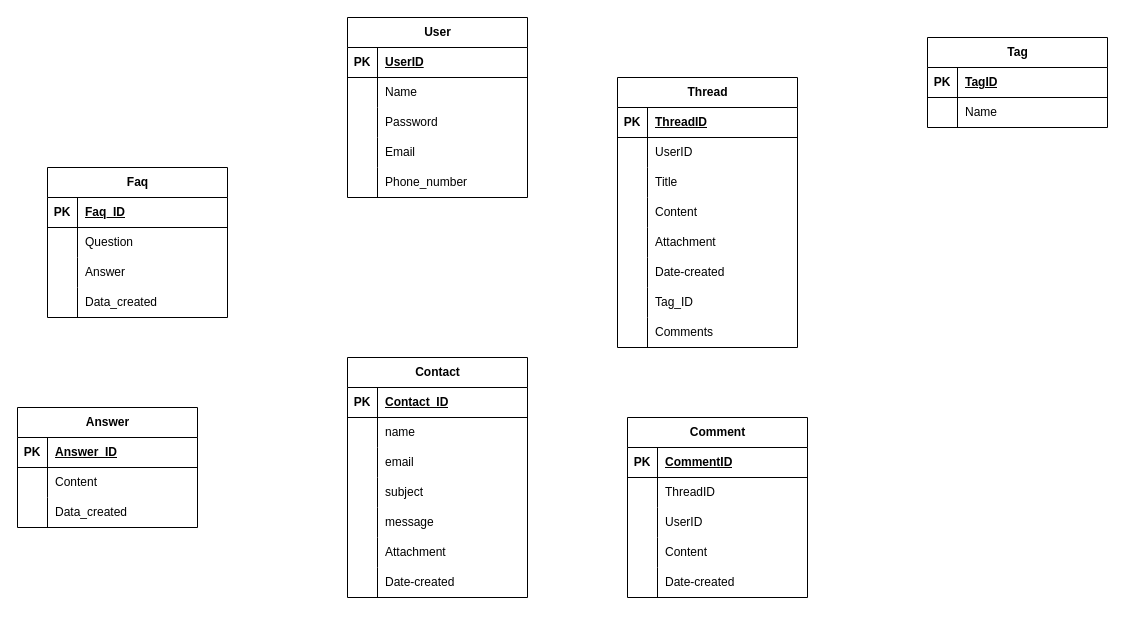
This is Biểu đồ không có tiêu đề3.drawio from minhduc1222/code_learn, a draw.io file, before an edit. Source tidied: cells renumbered, new cells numbered last; positions are measured from the earlier drawing's top-left corner, leaving out a move shared by most shapes. Both pictures are drawn from the tidied source at 100%, with x=0, y=0 at pixel (17, 17).
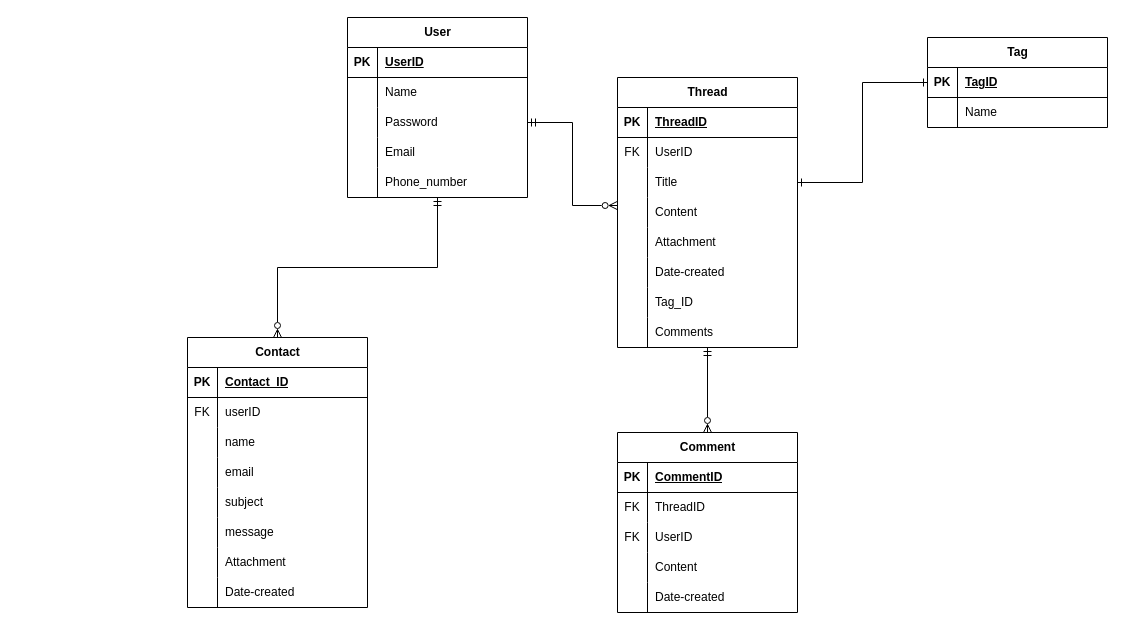
The same diagram, later.

Commit message (it also covers changes not shown here):
Cập nhật Biểu đồ không có tiêu đề3.drawio

The change refers to these unchanged cells:
```xml
<mxCell id="2" value="User" style="shape=table;startSize=30;childLayout=tableLayout;rowLines=0;fontStyle=1;align=center;html=1;" parent="1" vertex="1">
  <mxGeometry x="330" width="180" height="180" as="geometry" />
</mxCell>
<mxCell id="9" style="shape=tableRow;horizontal=0;startSize=0;swimlaneHead=0;swimlaneBody=0;fillColor=none;points=[[0,0.5],[1,0.5]];portConstraint=eastwest;top=0;left=0;right=0;bottom=0;" parent="2" vertex="1">
  <mxGeometry y="90" width="180" height="30" as="geometry" />
</mxCell>
<mxCell id="18" value="Thread" style="shape=table;startSize=30;childLayout=tableLayout;rowLines=0;fontStyle=1;align=center;html=1;" parent="1" vertex="1">
  <mxGeometry x="600" y="60" width="180" height="270" as="geometry" />
</mxCell>
<mxCell id="22" style="shape=tableRow;horizontal=0;startSize=0;swimlaneHead=0;swimlaneBody=0;fillColor=none;top=0;left=0;right=0;bottom=0;" parent="18" vertex="1">
  <mxGeometry y="60" width="180" height="30" as="geometry" />
</mxCell>
<mxCell id="25" style="shape=tableRow;horizontal=0;startSize=0;swimlaneHead=0;swimlaneBody=0;fillColor=none;points=[[0,0.5],[1,0.5]];portConstraint=eastwest;top=0;left=0;right=0;bottom=0;" parent="18" vertex="1">
  <mxGeometry y="90" width="180" height="30" as="geometry" />
</mxCell>
<mxCell id="28" style="shape=tableRow;horizontal=0;startSize=0;swimlaneHead=0;swimlaneBody=0;fillColor=none;points=[[0,0.5],[1,0.5]];portConstraint=eastwest;top=0;left=0;right=0;bottom=0;" parent="18" vertex="1">
  <mxGeometry y="120" width="180" height="30" as="geometry" />
</mxCell>
<mxCell id="44" style="shape=tableRow;horizontal=0;startSize=0;swimlaneHead=0;swimlaneBody=0;fillColor=none;points=[[0,0.5],[1,0.5]];portConstraint=eastwest;top=0;left=0;right=0;bottom=1;" parent="43" vertex="1">
  <mxGeometry y="30" width="180" height="30" as="geometry" />
</mxCell>
<mxCell id="54" style="shape=tableRow;horizontal=0;startSize=0;swimlaneHead=0;swimlaneBody=0;fillColor=none;top=0;left=0;right=0;bottom=0;" parent="50" vertex="1">
  <mxGeometry y="60" width="180" height="30" as="geometry" />
</mxCell>
<mxCell id="57" style="shape=tableRow;horizontal=0;startSize=0;swimlaneHead=0;swimlaneBody=0;fillColor=none;top=0;left=0;right=0;bottom=0;" parent="50" vertex="1">
  <mxGeometry y="90" width="180" height="30" as="geometry" />
</mxCell>
```

Diff of the diagram source:
```diff
@@
+    <mxCell id="111" style="edgeStyle=orthogonalEdgeStyle;rounded=0;jettySize=auto;html=1;entryX=0.5;entryY=0;entryDx=0;entryDy=0;endArrow=ERzeroToMany;endFill=0;startArrow=ERmandOne;startFill=0;" parent="1" edge="1" source="2" target="66">
+      <mxGeometry relative="1" as="geometry" />
+    </mxCell>
@@
-    <mxCell id="23" style="shape=partialRectangle;fillColor=none;top=0;left=0;bottom=0;right=0;overflow=hidden;whiteSpace=wrap;html=1;" parent="22" vertex="1">
+    <mxCell id="23" value="FK" style="shape=partialRectangle;fillColor=none;top=0;left=0;bottom=0;right=0;overflow=hidden;whiteSpace=wrap;html=1;" parent="22" vertex="1">
       <mxGeometry width="30" height="30" as="geometry" />
     </mxCell>
@@
     <mxCell id="50" value="Comment" style="shape=table;startSize=30;childLayout=tableLayout;rowLines=0;fontStyle=1;align=center;html=1;" parent="1" vertex="1">
-      <mxGeometry x="610" y="400" width="180" height="180" as="geometry" />
+      <mxGeometry x="600" y="415" width="180" height="180" as="geometry" />
     </mxCell>
@@
-    <mxCell id="55" style="shape=partialRectangle;fillColor=none;top=0;left=0;bottom=0;right=0;overflow=hidden;whiteSpace=wrap;html=1;" parent="54" vertex="1">
+    <mxCell id="55" value="FK" style="shape=partialRectangle;fillColor=none;top=0;left=0;bottom=0;right=0;overflow=hidden;whiteSpace=wrap;html=1;" parent="54" vertex="1">
       <mxGeometry width="30" height="30" as="geometry" />
     </mxCell>
@@
-    <mxCell id="58" style="shape=partialRectangle;fillColor=none;top=0;left=0;bottom=0;right=0;overflow=hidden;whiteSpace=wrap;html=1;" parent="57" vertex="1">
+    <mxCell id="58" value="FK" style="shape=partialRectangle;fillColor=none;top=0;left=0;bottom=0;right=0;overflow=hidden;whiteSpace=wrap;html=1;" parent="57" vertex="1">
       <mxGeometry width="30" height="30" as="geometry" />
     </mxCell>
@@
     <mxCell id="66" value="Contact" style="shape=table;startSize=30;childLayout=tableLayout;rowLines=0;fontStyle=1;align=center;html=1;" parent="1" vertex="1">
-      <mxGeometry x="330" y="340" width="180" height="240" as="geometry" />
+      <mxGeometry x="170" y="320" width="180" height="270" as="geometry" />
     </mxCell>
@@
+    <mxCell id="112" style="shape=tableRow;horizontal=0;startSize=0;swimlaneHead=0;swimlaneBody=0;fillColor=none;top=0;left=0;right=0;bottom=0;" parent="66" vertex="1">
+      <mxGeometry y="60" width="180" height="30" as="geometry" />
+    </mxCell>
+    <mxCell id="113" value="FK" style="shape=partialRectangle;fillColor=none;top=0;left=0;bottom=0;right=0;overflow=hidden;whiteSpace=wrap;html=1;" parent="112" vertex="1">
+      <mxGeometry width="30" height="30" as="geometry" />
+    </mxCell>
+    <mxCell id="114" value="userID" style="shape=partialRectangle;fillColor=none;top=0;left=0;bottom=0;right=0;align=left;spacingLeft=6;overflow=hidden;whiteSpace=wrap;html=1;" parent="112" vertex="1">
+      <mxGeometry x="30" width="150" height="30" as="geometry" />
+    </mxCell>
     <mxCell id="70" style="shape=tableRow;horizontal=0;startSize=0;swimlaneHead=0;swimlaneBody=0;fillColor=none;top=0;left=0;right=0;bottom=0;" parent="66" vertex="1">
-      <mxGeometry y="60" width="180" height="30" as="geometry" />
+      <mxGeometry y="90" width="180" height="30" as="geometry" />
     </mxCell>
@@
     <mxCell id="73" style="shape=tableRow;horizontal=0;startSize=0;swimlaneHead=0;swimlaneBody=0;fillColor=none;top=0;left=0;right=0;bottom=0;" parent="66" vertex="1">
-      <mxGeometry y="90" width="180" height="30" as="geometry" />
+      <mxGeometry y="120" width="180" height="30" as="geometry" />
     </mxCell>
@@
     <mxCell id="76" style="shape=tableRow;horizontal=0;startSize=0;swimlaneHead=0;swimlaneBody=0;fillColor=none;top=0;left=0;right=0;bottom=0;" parent="66" vertex="1">
-      <mxGeometry y="120" width="180" height="30" as="geometry" />
+      <mxGeometry y="150" width="180" height="30" as="geometry" />
     </mxCell>
@@
     <mxCell id="79" style="shape=tableRow;horizontal=0;startSize=0;swimlaneHead=0;swimlaneBody=0;fillColor=none;top=0;left=0;right=0;bottom=0;" parent="66" vertex="1">
-      <mxGeometry y="150" width="180" height="30" as="geometry" />
+      <mxGeometry y="180" width="180" height="30" as="geometry" />
     </mxCell>
@@
     <mxCell id="82" style="shape=tableRow;horizontal=0;startSize=0;swimlaneHead=0;swimlaneBody=0;fillColor=none;top=0;left=0;right=0;bottom=0;" parent="66" vertex="1">
-      <mxGeometry y="180" width="180" height="30" as="geometry" />
+      <mxGeometry y="210" width="180" height="30" as="geometry" />
     </mxCell>
@@
     <mxCell id="85" style="shape=tableRow;horizontal=0;startSize=0;swimlaneHead=0;swimlaneBody=0;fillColor=none;top=0;left=0;right=0;bottom=0;" parent="66" vertex="1">
-      <mxGeometry y="210" width="180" height="30" as="geometry" />
+      <mxGeometry y="240" width="180" height="30" as="geometry" />
     </mxCell>
@@
-    <mxCell id="88" value="Faq" style="shape=table;startSize=30;childLayout=tableLayout;rowLines=0;fontStyle=1;align=center;html=1;" parent="1" vertex="1">
-      <mxGeometry x="30" y="150" width="180" height="150" as="geometry" />
-    </mxCell>
-    <mxCell id="89" style="shape=tableRow;horizontal=0;startSize=0;swimlaneHead=0;swimlaneBody=0;fillColor=none;top=0;left=0;right=0;bottom=1;" parent="88" vertex="1">
-      <mxGeometry y="30" width="180" height="30" as="geometry" />
-    </mxCell>
-    <mxCell id="90" value="PK" style="shape=partialRectangle;fillColor=none;top=0;left=0;bottom=0;right=0;fontStyle=1;overflow=hidden;whiteSpace=wrap;html=1;" parent="89" vertex="1">
-      <mxGeometry width="30" height="30" as="geometry" />
-    </mxCell>
-    <mxCell id="91" value="Faq_ID" style="shape=partialRectangle;fillColor=none;top=0;left=0;bottom=0;right=0;align=left;spacingLeft=6;fontStyle=5;overflow=hidden;whiteSpace=wrap;html=1;" parent="89" vertex="1">
-      <mxGeometry x="30" width="150" height="30" as="geometry" />
-    </mxCell>
-    <mxCell id="92" style="shape=tableRow;horizontal=0;startSize=0;swimlaneHead=0;swimlaneBody=0;fillColor=none;top=0;left=0;right=0;bottom=0;" parent="88" vertex="1">
-      <mxGeometry y="60" width="180" height="30" as="geometry" />
-    </mxCell>
-    <mxCell id="93" style="shape=partialRectangle;fillColor=none;top=0;left=0;bottom=0;right=0;overflow=hidden;whiteSpace=wrap;html=1;" parent="92" vertex="1">
-      <mxGeometry width="30" height="30" as="geometry" />
-    </mxCell>
-    <mxCell id="94" value="Question" style="shape=partialRectangle;fillColor=none;top=0;left=0;bottom=0;right=0;align=left;spacingLeft=6;overflow=hidden;whiteSpace=wrap;html=1;" parent="92" vertex="1">
-      <mxGeometry x="30" width="150" height="30" as="geometry" />
-    </mxCell>
-    <mxCell id="95" style="shape=tableRow;horizontal=0;startSize=0;swimlaneHead=0;swimlaneBody=0;fillColor=none;top=0;left=0;right=0;bottom=0;" parent="88" vertex="1">
-      <mxGeometry y="90" width="180" height="30" as="geometry" />
-    </mxCell>
-    <mxCell id="96" style="shape=partialRectangle;fillColor=none;top=0;left=0;bottom=0;right=0;overflow=hidden;whiteSpace=wrap;html=1;" parent="95" vertex="1">
-      <mxGeometry width="30" height="30" as="geometry" />
-    </mxCell>
-    <mxCell id="97" value="Answer" style="shape=partialRectangle;fillColor=none;top=0;left=0;bottom=0;right=0;align=left;spacingLeft=6;overflow=hidden;whiteSpace=wrap;html=1;" parent="95" vertex="1">
-      <mxGeometry x="30" width="150" height="30" as="geometry" />
-    </mxCell>
-    <mxCell id="98" style="shape=tableRow;horizontal=0;startSize=0;swimlaneHead=0;swimlaneBody=0;fillColor=none;top=0;left=0;right=0;bottom=0;" parent="88" vertex="1">
-      <mxGeometry y="120" width="180" height="30" as="geometry" />
-    </mxCell>
-    <mxCell id="99" style="shape=partialRectangle;fillColor=none;top=0;left=0;bottom=0;right=0;overflow=hidden;whiteSpace=wrap;html=1;" parent="98" vertex="1">
-      <mxGeometry width="30" height="30" as="geometry" />
-    </mxCell>
-    <mxCell id="100" value="Data_created" style="shape=partialRectangle;fillColor=none;top=0;left=0;bottom=0;right=0;align=left;spacingLeft=6;overflow=hidden;whiteSpace=wrap;html=1;" parent="98" vertex="1">
-      <mxGeometry x="30" width="150" height="30" as="geometry" />
-    </mxCell>
-    <mxCell id="101" value="Answer" style="shape=table;startSize=30;childLayout=tableLayout;rowLines=0;fontStyle=1;align=center;html=1;" parent="1" vertex="1">
-      <mxGeometry y="390" width="180" height="120" as="geometry" />
-    </mxCell>
-    <mxCell id="102" style="shape=tableRow;horizontal=0;startSize=0;swimlaneHead=0;swimlaneBody=0;fillColor=none;top=0;left=0;right=0;bottom=1;" parent="101" vertex="1">
-      <mxGeometry y="30" width="180" height="30" as="geometry" />
-    </mxCell>
-    <mxCell id="103" value="PK" style="shape=partialRectangle;fillColor=none;top=0;left=0;bottom=0;right=0;fontStyle=1;overflow=hidden;whiteSpace=wrap;html=1;" parent="102" vertex="1">
-      <mxGeometry width="30" height="30" as="geometry" />
-    </mxCell>
-    <mxCell id="104" value="Answer_ID" style="shape=partialRectangle;fillColor=none;top=0;left=0;bottom=0;right=0;align=left;spacingLeft=6;fontStyle=5;overflow=hidden;whiteSpace=wrap;html=1;" parent="102" vertex="1">
-      <mxGeometry x="30" width="150" height="30" as="geometry" />
-    </mxCell>
-    <mxCell id="105" style="shape=tableRow;horizontal=0;startSize=0;swimlaneHead=0;swimlaneBody=0;fillColor=none;top=0;left=0;right=0;bottom=0;" parent="101" vertex="1">
-      <mxGeometry y="60" width="180" height="30" as="geometry" />
-    </mxCell>
-    <mxCell id="106" style="shape=partialRectangle;fillColor=none;top=0;left=0;bottom=0;right=0;overflow=hidden;whiteSpace=wrap;html=1;" parent="105" vertex="1">
-      <mxGeometry width="30" height="30" as="geometry" />
-    </mxCell>
-    <mxCell id="107" value="Content" style="shape=partialRectangle;fillColor=none;top=0;left=0;bottom=0;right=0;align=left;spacingLeft=6;overflow=hidden;whiteSpace=wrap;html=1;" parent="105" vertex="1">
-      <mxGeometry x="30" width="150" height="30" as="geometry" />
-    </mxCell>
-    <mxCell id="108" style="shape=tableRow;horizontal=0;startSize=0;swimlaneHead=0;swimlaneBody=0;fillColor=none;top=0;left=0;right=0;bottom=0;" parent="101" vertex="1">
-      <mxGeometry y="90" width="180" height="30" as="geometry" />
-    </mxCell>
-    <mxCell id="109" style="shape=partialRectangle;fillColor=none;top=0;left=0;bottom=0;right=0;overflow=hidden;whiteSpace=wrap;html=1;" parent="108" vertex="1">
-      <mxGeometry width="30" height="30" as="geometry" />
-    </mxCell>
-    <mxCell id="110" value="Data_created" style="shape=partialRectangle;fillColor=none;top=0;left=0;bottom=0;right=0;align=left;spacingLeft=6;overflow=hidden;whiteSpace=wrap;html=1;" parent="108" vertex="1">
-      <mxGeometry x="30" width="150" height="30" as="geometry" />
-    </mxCell>
+    <mxCell id="115" style="edgeStyle=orthogonalEdgeStyle;rounded=0;jettySize=auto;html=1;entryX=-0.002;entryY=0.267;entryDx=0;entryDy=0;entryPerimeter=0;endArrow=ERzeroToMany;endFill=0;startArrow=ERmandOne;startFill=0;" parent="1" edge="1" source="9" target="28">
+      <mxGeometry relative="1" as="geometry" />
+    </mxCell>
+    <mxCell id="116" style="edgeStyle=orthogonalEdgeStyle;rounded=0;jettySize=auto;html=1;endArrow=ERzeroToMany;endFill=0;entryX=0.5;entryY=0;entryDx=0;entryDy=0;startArrow=ERmandOne;startFill=0;" parent="1" edge="1" source="18" target="50">
+      <mxGeometry relative="1" as="geometry" />
+    </mxCell>
+    <mxCell id="117" style="edgeStyle=orthogonalEdgeStyle;rounded=0;jettySize=auto;html=1;startArrow=ERone;startFill=0;endArrow=ERone;endFill=0;" parent="1" edge="1" source="25" target="44">
+      <mxGeometry relative="1" as="geometry" />
+    </mxCell>
```
